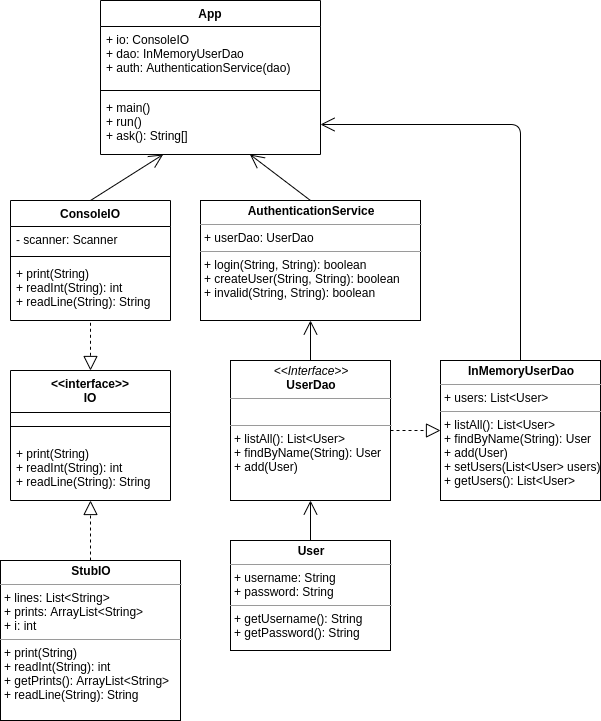
The draw.io diagram viikko3/uml.png in ikylios/ohtu-2020, before a commit. Source tidied: cells renumbered, new cells last; positions are measured from the earlier drawing's top-left corner, leaving out a move shared by most shapes.
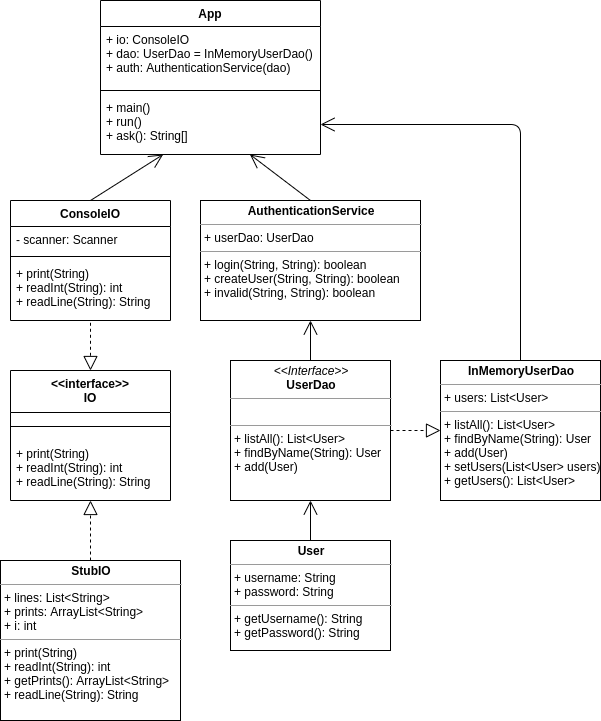
Later version of the same file.

The edit, as a diff of the source:
```diff
@@ -5,7 +5,7 @@
     <mxCell id="2" value="App" style="swimlane;fontStyle=1;align=center;verticalAlign=top;horizontal=1;startSize=26;" parent="1" vertex="1">
       <mxGeometry x="100" width="220" height="154" as="geometry" />
     </mxCell>
-    <mxCell id="3" value="+ io: ConsoleIO&#10;+ dao: InMemoryUserDao&#10;+ auth: AuthenticationService(dao)" style="text;strokeColor=none;fillColor=none;align=left;verticalAlign=top;spacingLeft=4;spacingRight=4;overflow=hidden;" parent="2" vertex="1">
+    <mxCell id="3" value="+ io: ConsoleIO&#10;+ dao: UserDao = InMemoryUserDao()&#10;+ auth: AuthenticationService(dao)" style="text;strokeColor=none;fillColor=none;align=left;verticalAlign=top;spacingLeft=4;spacingRight=4;overflow=hidden;" parent="2" vertex="1">
       <mxGeometry y="26" width="220" height="60" as="geometry" />
     </mxCell>
     <mxCell id="4" style="line;strokeWidth=1;fillColor=none;align=left;verticalAlign=middle;spacingTop=-1;spacingLeft=3;spacingRight=3;labelPosition=right;" parent="2" vertex="1">
```
